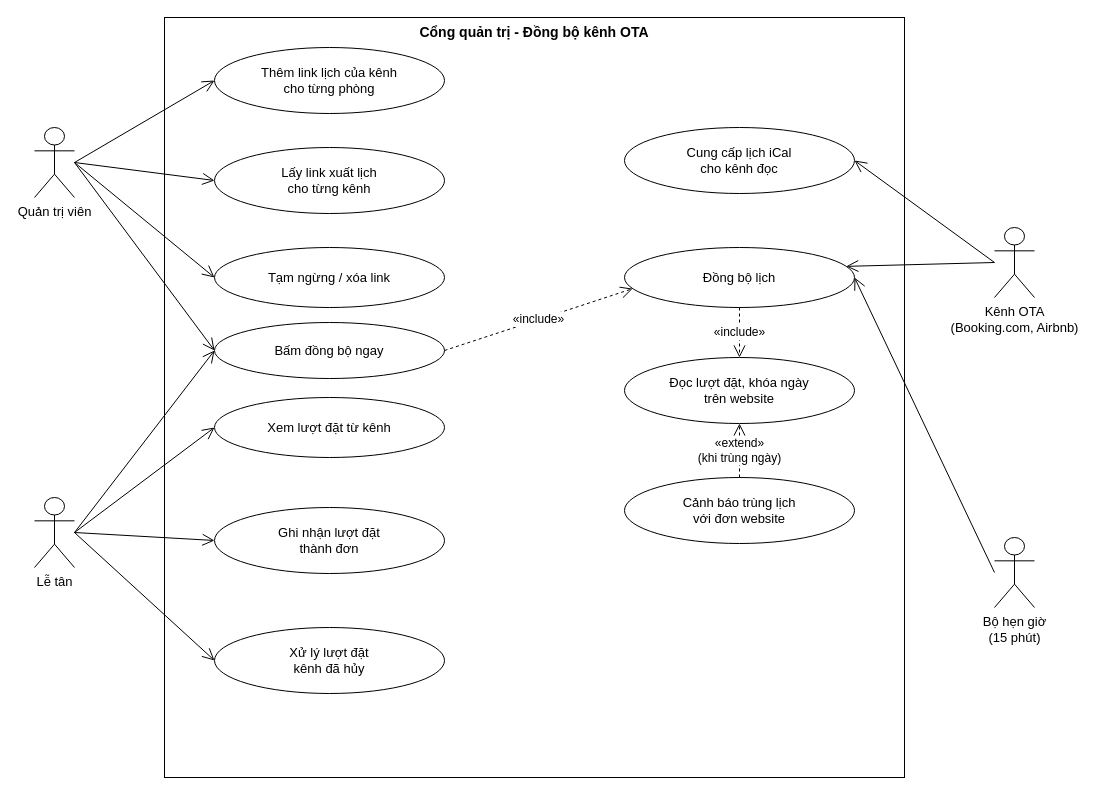
ngynquchn2511/beach-hotel keeps this draw.io diagram as docs/use-case/uc9-dong-bo-ota.drawio. Above is the earlier version. Source tidied: cells renumbered, new cells numbered last; positions are measured from the earlier drawing's top-left corner, leaving out a move shared by most shapes. Both pictures are drawn from the tidied source at 100%, with x=0, y=0 at pixel (34, 17).
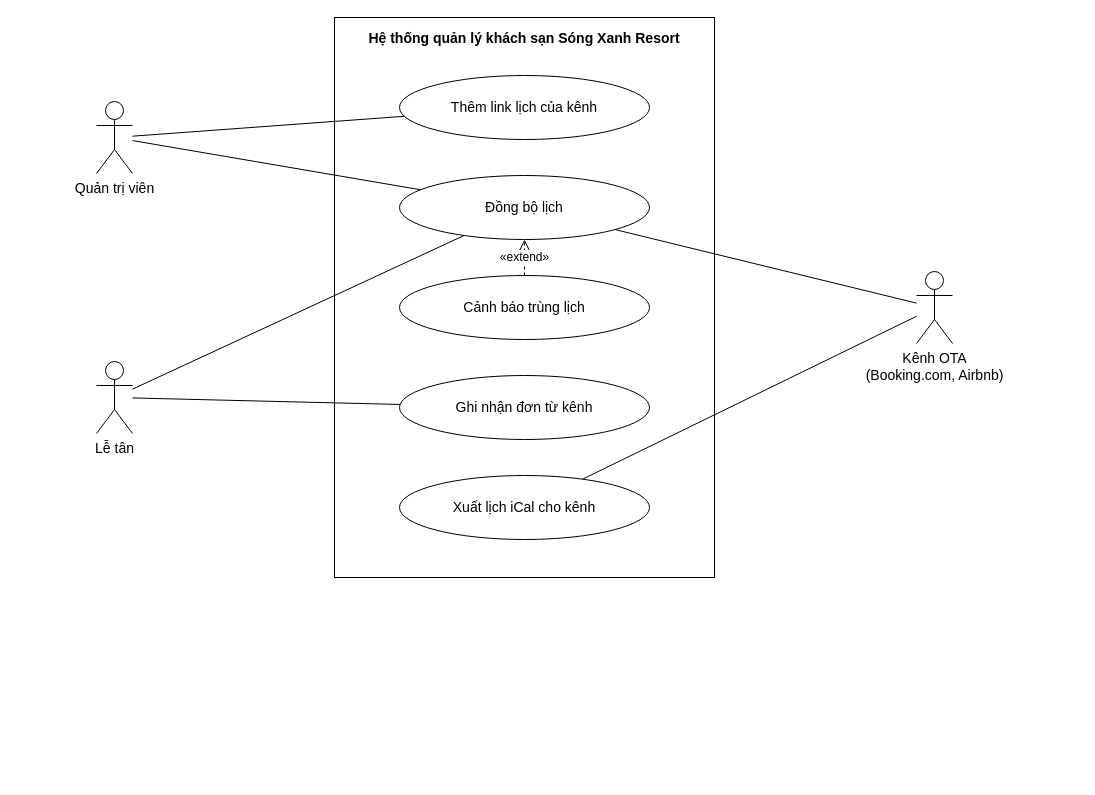
The same diagram, later.

The edit, as a diff of the source:
```diff
@@
-<mxGraphModel>
+<mxGraphModel background="#FFFFFF">
@@
-    <mxCell id="2" value="Cổng quản trị - Đồng bộ kênh OTA" style="rounded=0;whiteSpace=wrap;html=1;verticalAlign=top;fontStyle=1;fontSize=14;fillColor=none;strokeColor=#000000;" parent="1" vertex="1">
-      <mxGeometry x="130" width="740" height="760" as="geometry" />
-    </mxCell>
+    <mxCell id="32" value="Hệ thống quản lý khách sạn Sóng Xanh Resort" style="fontFamily=Arial;fontColor=#000000;rounded=0;whiteSpace=wrap;html=1;verticalAlign=top;fontStyle=1;fontSize=14;fillColor=none;strokeColor=#000000;spacingTop=6;" parent="1" vertex="1">
+      <mxGeometry x="300" width="380" height="560" as="geometry" />
+    </mxCell>
+    <mxCell id="33" value="Thêm link lịch của kênh" style="fontFamily=Arial;fontColor=#000000;ellipse;whiteSpace=wrap;html=1;fillColor=#FFFFFF;strokeColor=#000000;fontSize=14;" parent="1" vertex="1">
+      <mxGeometry x="365" y="58" width="250" height="64" as="geometry" />
+    </mxCell>
+    <mxCell id="10" value="Đồng bộ lịch" style="fontFamily=Arial;fontColor=#000000;ellipse;whiteSpace=wrap;html=1;fillColor=#FFFFFF;strokeColor=#000000;fontSize=14;" parent="1" vertex="1">
+      <mxGeometry x="365" y="158" width="250" height="64" as="geometry" />
+    </mxCell>
+    <mxCell id="34" value="Cảnh báo trùng lịch" style="fontFamily=Arial;fontColor=#000000;ellipse;whiteSpace=wrap;html=1;fillColor=#FFFFFF;strokeColor=#000000;fontSize=14;" parent="1" vertex="1">
+      <mxGeometry x="365" y="258" width="250" height="64" as="geometry" />
+    </mxCell>
+    <mxCell id="35" value="Ghi nhận đơn từ kênh" style="fontFamily=Arial;fontColor=#000000;ellipse;whiteSpace=wrap;html=1;fillColor=#FFFFFF;strokeColor=#000000;fontSize=14;" parent="1" vertex="1">
+      <mxGeometry x="365" y="358" width="250" height="64" as="geometry" />
+    </mxCell>
+    <mxCell id="36" value="Xuất lịch iCal cho kênh" style="fontFamily=Arial;fontColor=#000000;ellipse;whiteSpace=wrap;html=1;fillColor=#FFFFFF;strokeColor=#000000;fontSize=14;" parent="1" vertex="1">
+      <mxGeometry x="365" y="458" width="250" height="64" as="geometry" />
+    </mxCell>
-    <mxCell id="3" value="Quản trị viên" style="shape=umlActor;verticalLabelPosition=bottom;verticalAlign=top;html=1;outlineConnect=0;fillColor=#FFFFFF;strokeColor=#000000;fontSize=13;" parent="1" vertex="1">
-      <mxGeometry y="110" width="40" height="70" as="geometry" />
+    <mxCell id="3" value="Quản trị viên" style="fontFamily=Arial;fontColor=#000000;shape=umlActor;verticalLabelPosition=bottom;verticalAlign=top;html=1;outlineConnect=0;fillColor=#FFFFFF;strokeColor=#000000;fontSize=14;" parent="1" vertex="1">
+      <mxGeometry x="62" y="84" width="36" height="72" as="geometry" />
     </mxCell>
-    <mxCell id="4" value="Lễ tân" style="shape=umlActor;verticalLabelPosition=bottom;verticalAlign=top;html=1;outlineConnect=0;fillColor=#FFFFFF;strokeColor=#000000;fontSize=13;" parent="1" vertex="1">
-      <mxGeometry y="480" width="40" height="70" as="geometry" />
+    <mxCell id="4" value="Lễ tân" style="fontFamily=Arial;fontColor=#000000;shape=umlActor;verticalLabelPosition=bottom;verticalAlign=top;html=1;outlineConnect=0;fillColor=#FFFFFF;strokeColor=#000000;fontSize=14;" parent="1" vertex="1">
+      <mxGeometry x="62" y="344" width="36" height="72" as="geometry" />
     </mxCell>
-    <mxCell id="5" value="Kênh OTA&lt;br&gt;(Booking.com, Airbnb)" style="shape=umlActor;verticalLabelPosition=bottom;verticalAlign=top;html=1;outlineConnect=0;fillColor=#FFFFFF;strokeColor=#000000;fontSize=13;" parent="1" vertex="1">
-      <mxGeometry x="960" y="210" width="40" height="70" as="geometry" />
+    <mxCell id="5" value="Kênh OTA&lt;br&gt;(Booking.com, Airbnb)" style="fontFamily=Arial;fontColor=#000000;shape=umlActor;verticalLabelPosition=bottom;verticalAlign=top;html=1;outlineConnect=0;fillColor=#FFFFFF;strokeColor=#000000;fontSize=14;" parent="1" vertex="1">
+      <mxGeometry x="882" y="254" width="36" height="72" as="geometry" />
     </mxCell>
-    <mxCell id="6" value="Bộ hẹn giờ&lt;br&gt;(15 phút)" style="shape=umlActor;verticalLabelPosition=bottom;verticalAlign=top;html=1;outlineConnect=0;fillColor=#FFFFFF;strokeColor=#000000;fontSize=13;" parent="1" vertex="1">
-      <mxGeometry x="960" y="520" width="40" height="70" as="geometry" />
-    </mxCell>
-    <mxCell id="7" value="Thêm link lịch của kênh&lt;br&gt;cho từng phòng" style="ellipse;whiteSpace=wrap;html=1;fillColor=#FFFFFF;strokeColor=#000000;fontSize=13;" parent="1" vertex="1">
-      <mxGeometry x="180" y="30" width="230" height="66" as="geometry" />
-    </mxCell>
-    <mxCell id="8" value="Lấy link xuất lịch&lt;br&gt;cho từng kênh" style="ellipse;whiteSpace=wrap;html=1;fillColor=#FFFFFF;strokeColor=#000000;fontSize=13;" parent="1" vertex="1">
-      <mxGeometry x="180" y="130" width="230" height="66" as="geometry" />
-    </mxCell>
-    <mxCell id="9" value="Tạm ngừng / xóa link" style="ellipse;whiteSpace=wrap;html=1;fillColor=#FFFFFF;strokeColor=#000000;fontSize=13;" parent="1" vertex="1">
-      <mxGeometry x="180" y="230" width="230" height="60" as="geometry" />
-    </mxCell>
-    <mxCell id="10" value="Đồng bộ lịch" style="ellipse;whiteSpace=wrap;html=1;fillColor=#FFFFFF;strokeColor=#000000;fontSize=13;" parent="1" vertex="1">
-      <mxGeometry x="590" y="230" width="230" height="60" as="geometry" />
-    </mxCell>
-    <mxCell id="11" value="Đọc lượt đặt, khóa ngày&lt;br&gt;trên website" style="ellipse;whiteSpace=wrap;html=1;fillColor=#FFFFFF;strokeColor=#000000;fontSize=13;" parent="1" vertex="1">
-      <mxGeometry x="590" y="340" width="230" height="66" as="geometry" />
-    </mxCell>
-    <mxCell id="12" value="Cảnh báo trùng lịch&lt;br&gt;với đơn website" style="ellipse;whiteSpace=wrap;html=1;fillColor=#FFFFFF;strokeColor=#000000;fontSize=13;" parent="1" vertex="1">
-      <mxGeometry x="590" y="460" width="230" height="66" as="geometry" />
-    </mxCell>
-    <mxCell id="13" value="Xem lượt đặt từ kênh" style="ellipse;whiteSpace=wrap;html=1;fillColor=#FFFFFF;strokeColor=#000000;fontSize=13;" parent="1" vertex="1">
-      <mxGeometry x="180" y="380" width="230" height="60" as="geometry" />
-    </mxCell>
-    <mxCell id="14" value="Ghi nhận lượt đặt&lt;br&gt;thành đơn" style="ellipse;whiteSpace=wrap;html=1;fillColor=#FFFFFF;strokeColor=#000000;fontSize=13;" parent="1" vertex="1">
-      <mxGeometry x="180" y="490" width="230" height="66" as="geometry" />
-    </mxCell>
-    <mxCell id="15" value="Xử lý lượt đặt&lt;br&gt;kênh đã hủy" style="ellipse;whiteSpace=wrap;html=1;fillColor=#FFFFFF;strokeColor=#000000;fontSize=13;" parent="1" vertex="1">
-      <mxGeometry x="180" y="610" width="230" height="66" as="geometry" />
-    </mxCell>
-    <mxCell id="16" value="Cung cấp lịch iCal&lt;br&gt;cho kênh đọc" style="ellipse;whiteSpace=wrap;html=1;fillColor=#FFFFFF;strokeColor=#000000;fontSize=13;" parent="1" vertex="1">
-      <mxGeometry x="590" y="110" width="230" height="66" as="geometry" />
-    </mxCell>
-    <mxCell id="17" style="endArrow=open;endSize=10;html=1;strokeColor=#000000;entryX=0;entryY=0.5;entryDx=0;entryDy=0;exitX=1;exitY=0.5;exitPerimeter=0;" parent="1" edge="1" source="3" target="7">
-      <mxGeometry relative="1" as="geometry" />
-    </mxCell>
-    <mxCell id="18" style="endArrow=open;endSize=10;html=1;strokeColor=#000000;entryX=0;entryY=0.5;entryDx=0;entryDy=0;exitX=1;exitY=0.5;exitPerimeter=0;" parent="1" edge="1" source="3" target="8">
-      <mxGeometry relative="1" as="geometry" />
-    </mxCell>
-    <mxCell id="19" style="endArrow=open;endSize=10;html=1;strokeColor=#000000;entryX=0;entryY=0.5;entryDx=0;entryDy=0;exitX=1;exitY=0.5;exitPerimeter=0;" parent="1" edge="1" source="3" target="9">
-      <mxGeometry relative="1" as="geometry" />
-    </mxCell>
-    <mxCell id="20" value="Bấm đồng bộ ngay" style="ellipse;whiteSpace=wrap;html=1;fillColor=#FFFFFF;strokeColor=#000000;fontSize=13;" parent="1" vertex="1">
-      <mxGeometry x="180" y="305" width="230" height="56" as="geometry" />
-    </mxCell>
-    <mxCell id="21" style="endArrow=open;endSize=10;html=1;strokeColor=#000000;entryX=0;entryY=0.5;entryDx=0;entryDy=0;exitX=1;exitY=0.5;exitPerimeter=0;" parent="1" edge="1" source="3" target="20">
-      <mxGeometry relative="1" as="geometry" />
-    </mxCell>
-    <mxCell id="22" style="endArrow=open;endSize=10;html=1;strokeColor=#000000;entryX=0;entryY=0.5;entryDx=0;entryDy=0;exitX=1;exitY=0.5;exitPerimeter=0;" parent="1" edge="1" source="4" target="13">
-      <mxGeometry relative="1" as="geometry" />
-    </mxCell>
-    <mxCell id="23" style="endArrow=open;endSize=10;html=1;strokeColor=#000000;entryX=0;entryY=0.5;entryDx=0;entryDy=0;exitX=1;exitY=0.5;exitPerimeter=0;" parent="1" edge="1" source="4" target="14">
-      <mxGeometry relative="1" as="geometry" />
-    </mxCell>
-    <mxCell id="24" style="endArrow=open;endSize=10;html=1;strokeColor=#000000;entryX=0;entryY=0.5;entryDx=0;entryDy=0;exitX=1;exitY=0.5;exitPerimeter=0;" parent="1" edge="1" source="4" target="15">
-      <mxGeometry relative="1" as="geometry" />
-    </mxCell>
-    <mxCell id="25" style="endArrow=open;endSize=10;html=1;strokeColor=#000000;entryX=0;entryY=0.5;entryDx=0;entryDy=0;exitX=1;exitY=0.5;exitPerimeter=0;" parent="1" edge="1" source="4" target="20">
-      <mxGeometry relative="1" as="geometry" />
-    </mxCell>
-    <mxCell id="26" value="«include»" style="endArrow=open;endSize=10;dashed=1;html=1;strokeColor=#000000;fontSize=12;labelBackgroundColor=#FFFFFF;exitX=1;exitY=0.5;exitDx=0;exitDy=0;entryX=0;entryY=0.7;entryDx=0;entryDy=0;" parent="1" edge="1" source="20" target="10">
-      <mxGeometry relative="1" as="geometry" />
-    </mxCell>
-    <mxCell id="27" style="endArrow=open;endSize=10;html=1;strokeColor=#000000;entryX=1;entryY=0.5;entryDx=0;entryDy=0;exitX=0;exitY=0.5;exitPerimeter=0;" parent="1" edge="1" source="6" target="10">
-      <mxGeometry relative="1" as="geometry" />
-    </mxCell>
+    <mxCell id="37" style="fontFamily=Arial;fontColor=#000000;endArrow=none;html=1;strokeColor=#000000;rounded=0;" parent="1" edge="1" source="3" target="33">
+      <mxGeometry relative="1" as="geometry" />
+    </mxCell>
+    <mxCell id="38" style="fontFamily=Arial;fontColor=#000000;endArrow=none;html=1;strokeColor=#000000;rounded=0;" parent="1" edge="1" source="3" target="10">
+      <mxGeometry relative="1" as="geometry" />
+    </mxCell>
+    <mxCell id="39" style="fontFamily=Arial;fontColor=#000000;endArrow=none;html=1;strokeColor=#000000;rounded=0;" parent="1" edge="1" source="4" target="10">
+      <mxGeometry relative="1" as="geometry" />
+    </mxCell>
+    <mxCell id="40" style="fontFamily=Arial;fontColor=#000000;endArrow=none;html=1;strokeColor=#000000;rounded=0;" parent="1" edge="1" source="4" target="35">
+      <mxGeometry relative="1" as="geometry" />
+    </mxCell>
-    <mxCell id="28" style="endArrow=open;endSize=10;html=1;strokeColor=#000000;entryX=1;entryY=0.3;entryDx=0;entryDy=0;exitX=0;exitY=0.5;exitPerimeter=0;" parent="1" edge="1" source="5" target="10">
+    <mxCell id="28" style="fontFamily=Arial;fontColor=#000000;endArrow=none;html=1;strokeColor=#000000;rounded=0;" parent="1" edge="1" source="5" target="10">
       <mxGeometry relative="1" as="geometry" />
     </mxCell>
-    <mxCell id="29" style="endArrow=open;endSize=10;html=1;strokeColor=#000000;entryX=1;entryY=0.5;entryDx=0;entryDy=0;exitX=0;exitY=0.5;exitPerimeter=0;" parent="1" edge="1" source="5" target="16">
-      <mxGeometry relative="1" as="geometry" />
-    </mxCell>
-    <mxCell id="30" value="«include»" style="endArrow=open;endSize=10;dashed=1;html=1;strokeColor=#000000;fontSize=12;labelBackgroundColor=#FFFFFF;exitX=0.5;exitY=1;exitDx=0;exitDy=0;entryX=0.5;entryY=0;entryDx=0;entryDy=0;" parent="1" edge="1" source="10" target="11">
-      <mxGeometry relative="1" as="geometry" />
-    </mxCell>
-    <mxCell id="31" value="«extend»&lt;br&gt;(khi trùng ngày)" style="endArrow=open;endSize=10;dashed=1;html=1;strokeColor=#000000;fontSize=12;labelBackgroundColor=#FFFFFF;exitX=0.5;exitY=0;exitDx=0;exitDy=0;entryX=0.5;entryY=1;entryDx=0;entryDy=0;" parent="1" edge="1" source="12" target="11">
-      <mxGeometry relative="1" as="geometry" />
-    </mxCell>
+    <mxCell id="41" style="fontFamily=Arial;fontColor=#000000;endArrow=none;html=1;strokeColor=#000000;rounded=0;" parent="1" edge="1" source="5" target="36">
+      <mxGeometry relative="1" as="geometry" />
+    </mxCell>
+    <mxCell id="42" value="«extend»" style="fontFamily=Arial;fontColor=#000000;endArrow=open;endSize=10;dashed=1;html=1;strokeColor=#000000;rounded=0;fontSize=12;labelBackgroundColor=#FFFFFF;exitX=0.5;exitY=0;exitDx=0;exitDy=0;exitPerimeter=0;entryX=0.5;entryY=1;entryDx=0;entryDy=0;entryPerimeter=0;" parent="1" edge="1" source="34" target="10">
+      <mxGeometry relative="1" as="geometry" />
+    </mxCell>
```
